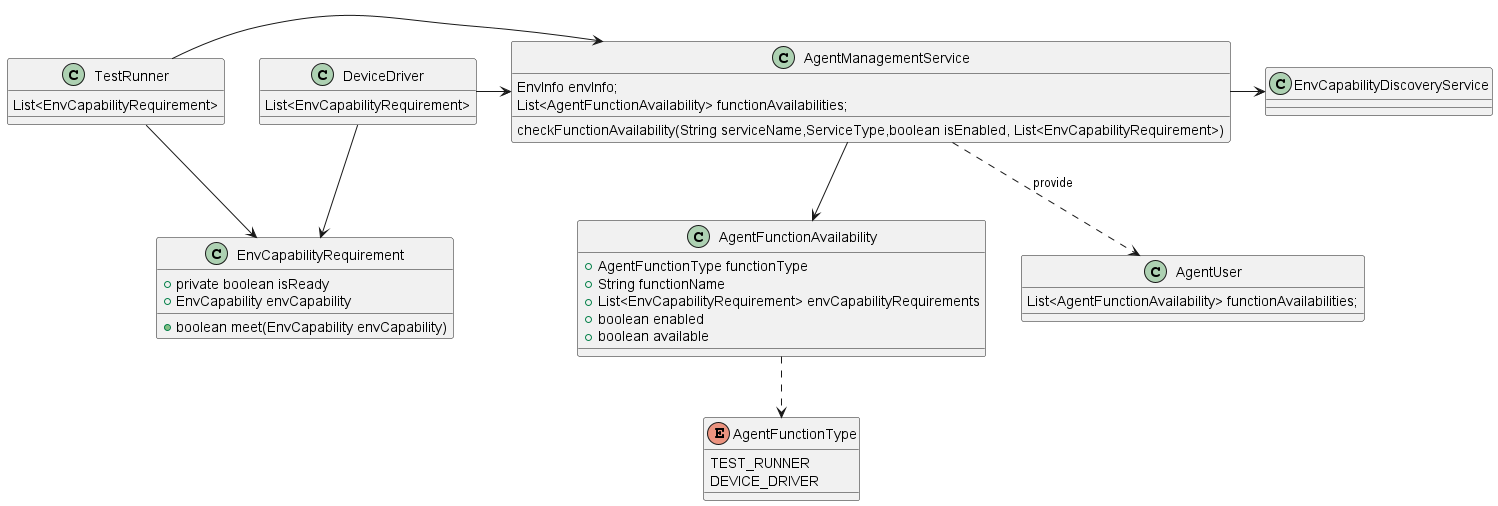
The PlantUML diagram docs/images/UML/agent_capability_design.png in microsoft/HydraLab, before a commit.
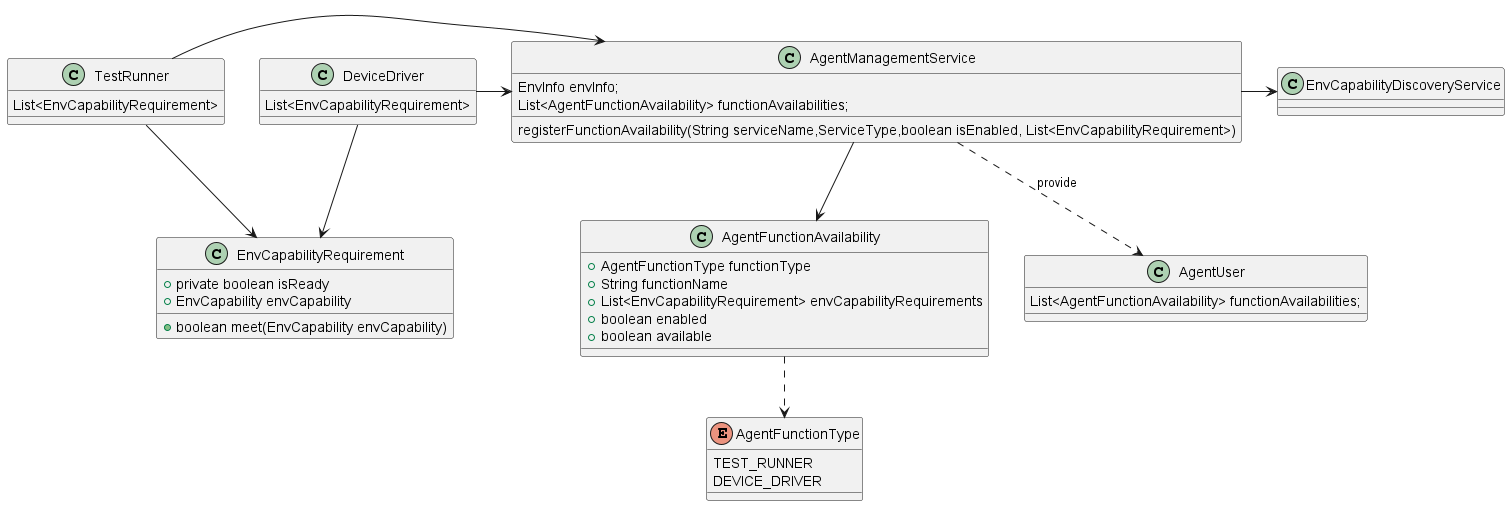
After the change.

What changed in the source:
```diff
@@ -3,7 +3,7 @@
 class AgentManagementService {
     EnvInfo envInfo;
     List<AgentFunctionAvailability> functionAvailabilities;
-    checkFunctionAvailability(String serviceName,ServiceType,boolean isEnabled, List<EnvCapabilityRequirement>)
+    registerFunctionAvailability(String serviceName,ServiceType,boolean isEnabled, List<EnvCapabilityRequirement>)
 }
 AgentManagementService -r-> EnvCapabilityDiscoveryService
 class TestRunner{
```
